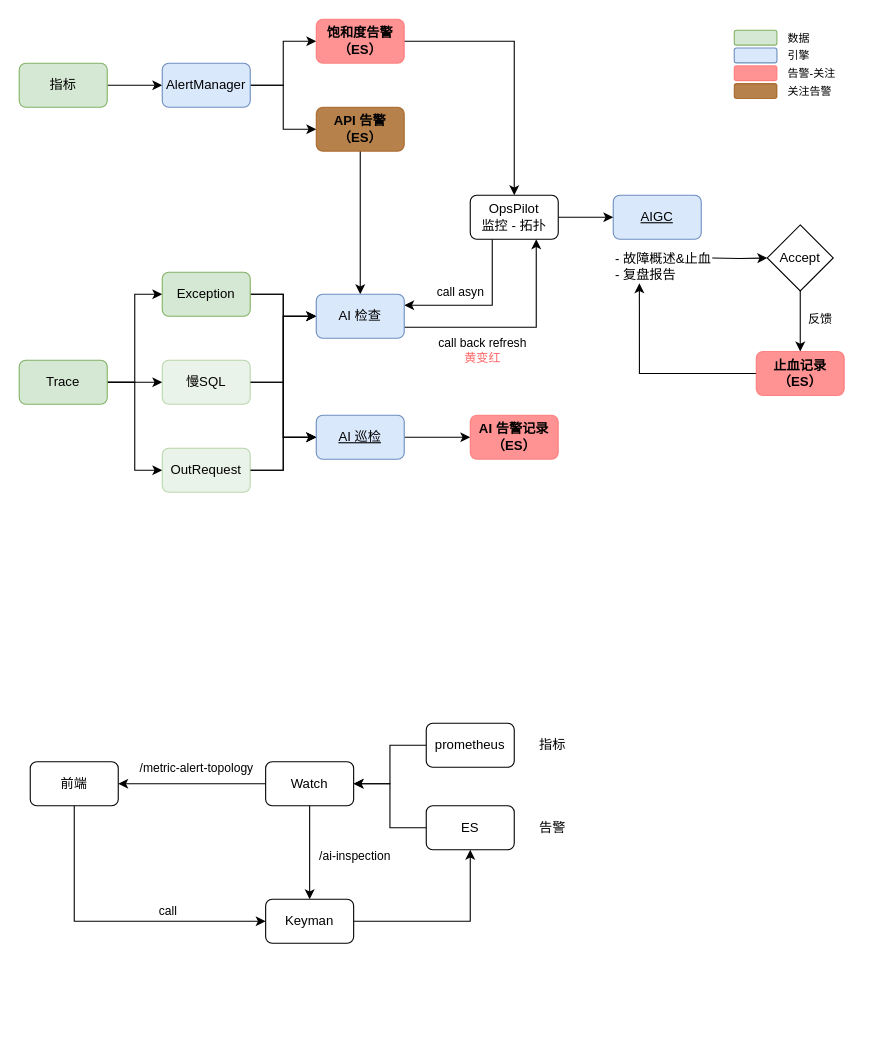
Before: page "AI Journey" (6 of 6) of Sre-Pilot.drawio in Allen9797/WorkZone, a draw.io diagram. Source tidied: cells renumbered, new cells numbered last; positions are measured from the earlier drawing's top-left corner, leaving out a move shared by most shapes. Both pictures are drawn from the tidied source at 110%, with x=0, y=0 at pixel (19, 19).
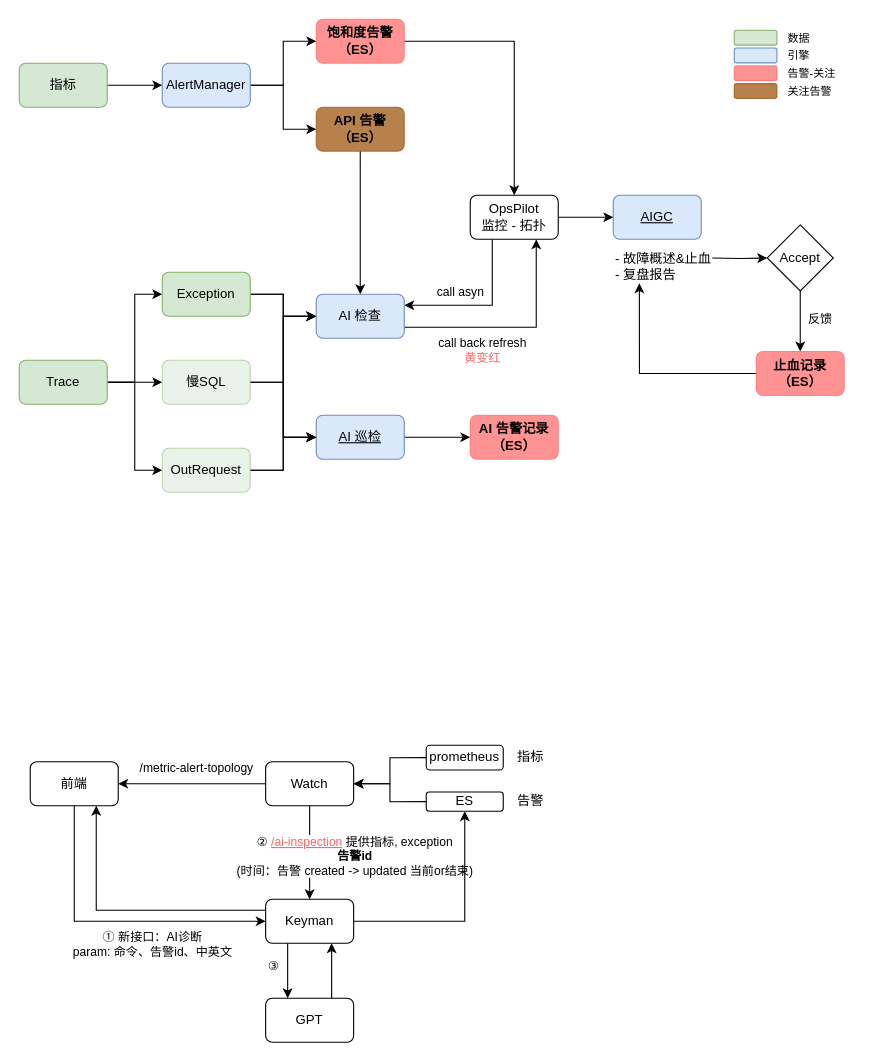
The same diagram, later.

The change refers to these unchanged cells:
```xml
<mxCell id="51" style="edgeStyle=orthogonalEdgeStyle;rounded=0;jettySize=auto;html=1;exitX=0.5;exitY=1;exitDx=0;exitDy=0;entryX=0;entryY=0.5;entryDx=0;entryDy=0;" parent="1" edge="1" source="53" target="60">
  <mxGeometry relative="1" as="geometry" />
</mxCell>
<mxCell id="53" value="前端" style="rounded=1;whiteSpace=wrap;html=1;fontStyle=0;" parent="1" vertex="1">
  <mxGeometry x="10" y="675" width="80" height="40" as="geometry" />
</mxCell>
<mxCell id="56" style="edgeStyle=orthogonalEdgeStyle;rounded=0;jettySize=auto;html=1;exitX=0.5;exitY=1;exitDx=0;exitDy=0;entryX=0.5;entryY=0;entryDx=0;entryDy=0;" parent="1" edge="1" source="58" target="60">
  <mxGeometry relative="1" as="geometry" />
</mxCell>
<mxCell id="60" value="Keyman" style="rounded=1;whiteSpace=wrap;html=1;fontStyle=0;" parent="1" vertex="1">
  <mxGeometry x="224" y="800" width="80" height="40" as="geometry" />
</mxCell>
```

Change to the diagram source:
```diff
@@
-    <mxCell id="52" value="call" style="edgeLabel;html=1;align=center;verticalAlign=middle;" parent="51" vertex="1">
+    <mxCell id="52" value="① 新接口：AI诊断&lt;div&gt;param: 命令、告警id、中英文&lt;/div&gt;" style="edgeLabel;html=1;align=center;verticalAlign=middle;" parent="51" vertex="1">
       <mxGeometry x="0.37" y="-2" relative="1" as="geometry">
-        <mxPoint x="-2" y="-12" as="offset" />
+        <mxPoint x="-16" y="18" as="offset" />
       </mxGeometry>
     </mxCell>
@@
-    <mxCell id="57" value="/ai-inspection" style="edgeLabel;html=1;align=center;verticalAlign=middle;" parent="56" vertex="1">
+    <mxCell id="57" value="②&amp;nbsp;&lt;font color=&quot;#ff6666&quot;&gt;&lt;u&gt;/ai-inspection&lt;/u&gt; &lt;/font&gt;提供指标, exception&lt;div&gt;&lt;b&gt;告警id&lt;/b&gt;&lt;br&gt;&lt;div&gt;(时间：告警 created -&amp;gt; updated 当前or结束)&lt;br&gt;&lt;/div&gt;&lt;/div&gt;" style="edgeLabel;html=1;align=center;verticalAlign=middle;" parent="56" vertex="1">
       <mxGeometry x="-0.14" y="1" relative="1" as="geometry">
         <mxPoint x="39" y="8" as="offset" />
       </mxGeometry>
     </mxCell>
@@
+    <mxCell id="67" style="edgeStyle=orthogonalEdgeStyle;rounded=0;jettySize=auto;html=1;exitX=0;exitY=0.25;exitDx=0;exitDy=0;entryX=0.75;entryY=1;entryDx=0;entryDy=0;" parent="1" edge="1" source="60" target="53">
+      <mxGeometry relative="1" as="geometry" />
+    </mxCell>
@@
+    <mxCell id="68" style="edgeStyle=orthogonalEdgeStyle;rounded=0;jettySize=auto;html=1;exitX=0.25;exitY=1;exitDx=0;exitDy=0;entryX=0.25;entryY=0;entryDx=0;entryDy=0;" parent="1" edge="1" source="60" target="71">
+      <mxGeometry relative="1" as="geometry" />
+    </mxCell>
+    <mxCell id="69" value="③" style="edgeLabel;html=1;align=center;verticalAlign=middle;" parent="68" vertex="1">
+      <mxGeometry x="-0.31" y="-2" relative="1" as="geometry">
+        <mxPoint x="-12" y="3" as="offset" />
+      </mxGeometry>
+    </mxCell>
@@
     <mxCell id="62" value="ES" style="rounded=1;whiteSpace=wrap;html=1;fontStyle=0;" parent="1" vertex="1">
-      <mxGeometry x="370" y="715" width="80" height="40" as="geometry" />
+      <mxGeometry x="370" y="702.5" width="70" height="17.5" as="geometry" />
     </mxCell>
@@
     <mxCell id="64" value="prometheus" style="rounded=1;whiteSpace=wrap;html=1;fontStyle=0;" parent="1" vertex="1">
-      <mxGeometry x="370" y="640" width="80" height="40" as="geometry" />
+      <mxGeometry x="370" y="660" width="70" height="22.5" as="geometry" />
     </mxCell>
     <mxCell id="65" value="指标" style="text;html=1;align=center;verticalAlign=middle;whiteSpace=wrap;rounded=0;" parent="1" vertex="1">
-      <mxGeometry x="470" y="652.5" width="30" height="15" as="geometry" />
+      <mxGeometry x="450" y="663.8" width="30" height="15" as="geometry" />
     </mxCell>
     <mxCell id="66" value="告警" style="text;html=1;align=center;verticalAlign=middle;whiteSpace=wrap;rounded=0;" parent="1" vertex="1">
-      <mxGeometry x="470" y="727.5" width="30" height="15" as="geometry" />
+      <mxGeometry x="450" y="703.8" width="30" height="15" as="geometry" />
     </mxCell>
+    <mxCell id="70" style="edgeStyle=orthogonalEdgeStyle;rounded=0;jettySize=auto;html=1;exitX=0.75;exitY=0;exitDx=0;exitDy=0;entryX=0.75;entryY=1;entryDx=0;entryDy=0;" parent="1" edge="1" source="71" target="60">
+      <mxGeometry relative="1" as="geometry" />
+    </mxCell>
+    <mxCell id="71" value="GPT" style="rounded=1;whiteSpace=wrap;html=1;fontStyle=0;" parent="1" vertex="1">
+      <mxGeometry x="224" y="890" width="80" height="40" as="geometry" />
+    </mxCell>
```
